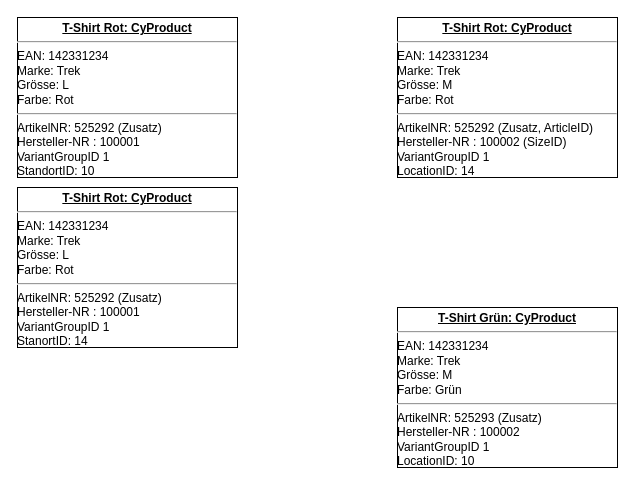
Lehp/diagrams keeps this draw.io diagram as zubi/Untitled Diagram.drawio. Above is the earlier version. Source tidied: cells renumbered, new cells numbered last; positions are measured from the earlier drawing's top-left corner, leaving out a move shared by most shapes. Both pictures are drawn from the tidied source at 100%, with x=0, y=0 at pixel (17, 17).
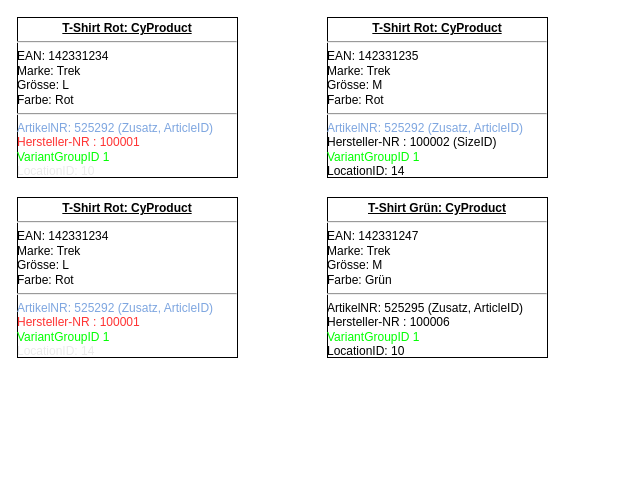
The same page after the edit.

Commit message:
Finished base Cy drawio

Change to the diagram source:
```diff
@@
 <mxGraphModel>
   <root>
     <mxCell id="0" />
     <mxCell id="1" parent="0" />
-    <mxCell id="2" value="&lt;p style=&quot;margin: 0px ; margin-top: 4px ; text-align: center ; text-decoration: underline&quot;&gt;&lt;b&gt;T-Shirt Rot: CyProduct&lt;br&gt;&lt;/b&gt;&lt;/p&gt;&lt;hr&gt;&lt;div&gt;EAN: 142331234&lt;/div&gt;&lt;div&gt;Marke: Trek&lt;/div&gt;&lt;div&gt;Grösse: L&lt;/div&gt;&lt;div&gt;Farbe: Rot&lt;/div&gt;&lt;div&gt;&lt;hr&gt;ArtikelNR: 525292 (Zusatz)&lt;br&gt;&lt;/div&gt;&lt;div&gt;Hersteller-NR : 100001&lt;/div&gt;&lt;div&gt;VariantGroupID 1&lt;/div&gt;&lt;div&gt;StandortID: 10&lt;br&gt;&lt;/div&gt;&lt;div&gt;&lt;br&gt;&lt;/div&gt;&lt;div&gt;&lt;br&gt;&lt;/div&gt;&lt;div&gt;&lt;br&gt;&lt;/div&gt;" style="verticalAlign=top;align=left;overflow=fill;fontSize=12;fontFamily=Helvetica;html=1;rounded=0;shadow=0;comic=0;labelBackgroundColor=none;strokeWidth=1;" parent="1" vertex="1">
+    <mxCell id="2" value="&lt;p style=&quot;margin: 0px ; margin-top: 4px ; text-align: center ; text-decoration: underline&quot;&gt;&lt;b&gt;T-Shirt Rot: CyProduct&lt;br&gt;&lt;/b&gt;&lt;/p&gt;&lt;hr&gt;&lt;div&gt;EAN: 142331234&lt;/div&gt;&lt;div&gt;Marke: Trek&lt;/div&gt;&lt;div&gt;Grösse: L&lt;/div&gt;&lt;div&gt;Farbe: Rot&lt;/div&gt;&lt;div&gt;&lt;hr&gt;&lt;font color=&quot;#7ea6e0&quot;&gt;ArtikelNR: 525292 (Zusatz, ArticleID)&lt;/font&gt;&lt;/div&gt;&lt;div&gt;&lt;font color=&quot;#ff3333&quot;&gt;Hersteller-NR : 100001&lt;/font&gt;&lt;/div&gt;&lt;div&gt;&lt;font color=&quot;#00ff00&quot;&gt;VariantGroupID 1&lt;/font&gt;&lt;/div&gt;&lt;div&gt;&lt;font color=&quot;#ebebeb&quot;&gt;LocationID: 10&lt;br&gt;&lt;/font&gt;&lt;/div&gt;&lt;div&gt;&lt;br&gt;&lt;/div&gt;&lt;div&gt;&lt;br&gt;&lt;/div&gt;&lt;div&gt;&lt;br&gt;&lt;/div&gt;" style="verticalAlign=top;align=left;overflow=fill;fontSize=12;fontFamily=Helvetica;html=1;rounded=0;shadow=0;comic=0;labelBackgroundColor=none;strokeWidth=1;" parent="1" vertex="1">
       <mxGeometry width="220" height="160" as="geometry" />
     </mxCell>
-    <mxCell id="3" value="&lt;p style=&quot;margin: 0px ; margin-top: 4px ; text-align: center ; text-decoration: underline&quot;&gt;&lt;b&gt;T-Shirt Rot: CyProduct&lt;br&gt;&lt;/b&gt;&lt;/p&gt;&lt;hr&gt;&lt;div&gt;EAN: 142331234&lt;/div&gt;&lt;div&gt;Marke: Trek&lt;/div&gt;&lt;div&gt;Grösse: M&lt;br&gt;&lt;/div&gt;&lt;div&gt;Farbe: Rot&lt;/div&gt;&lt;div&gt;&lt;hr&gt;ArtikelNR: 525292 (Zusatz, ArticleID)&lt;br&gt;&lt;/div&gt;&lt;div&gt;Hersteller-NR : 100002 (SizeID)&lt;br&gt;&lt;/div&gt;&lt;div&gt;VariantGroupID 1&lt;/div&gt;&lt;div&gt;LocationID: 14&lt;br&gt;&lt;/div&gt;&lt;div&gt;&lt;br&gt;&lt;/div&gt;&lt;div&gt;&lt;br&gt;&lt;/div&gt;&lt;div&gt;&lt;br&gt;&lt;/div&gt;" style="verticalAlign=top;align=left;overflow=fill;fontSize=12;fontFamily=Helvetica;html=1;rounded=0;shadow=0;comic=0;labelBackgroundColor=none;strokeWidth=1;" parent="1" vertex="1">
-      <mxGeometry x="380" width="220" height="160" as="geometry" />
+    <mxCell id="3" value="&lt;p style=&quot;margin: 0px ; margin-top: 4px ; text-align: center ; text-decoration: underline&quot;&gt;&lt;b&gt;T-Shirt Rot: CyProduct&lt;br&gt;&lt;/b&gt;&lt;/p&gt;&lt;hr&gt;&lt;div&gt;EAN: 142331235&lt;/div&gt;&lt;div&gt;Marke: Trek&lt;/div&gt;&lt;div&gt;Grösse: M&lt;br&gt;&lt;/div&gt;&lt;div&gt;Farbe: Rot&lt;/div&gt;&lt;div&gt;&lt;hr&gt;&lt;font color=&quot;#7ea6e0&quot;&gt;ArtikelNR: 525292 (Zusatz, ArticleID)&lt;/font&gt;&lt;br&gt;&lt;/div&gt;&lt;div&gt;Hersteller-NR : 100002 (SizeID)&lt;br&gt;&lt;/div&gt;&lt;div&gt;&lt;font color=&quot;#00ff00&quot;&gt;VariantGroupID 1&lt;/font&gt;&lt;/div&gt;&lt;div&gt;LocationID: 14&lt;br&gt;&lt;/div&gt;&lt;div&gt;&lt;br&gt;&lt;/div&gt;&lt;div&gt;&lt;br&gt;&lt;/div&gt;&lt;div&gt;&lt;br&gt;&lt;/div&gt;" style="verticalAlign=top;align=left;overflow=fill;fontSize=12;fontFamily=Helvetica;html=1;rounded=0;shadow=0;comic=0;labelBackgroundColor=none;strokeWidth=1;" parent="1" vertex="1">
+      <mxGeometry x="310" width="220" height="160" as="geometry" />
     </mxCell>
-    <mxCell id="4" value="&lt;p style=&quot;margin: 0px ; margin-top: 4px ; text-align: center ; text-decoration: underline&quot;&gt;&lt;b&gt;T-Shirt Grün: CyProduct&lt;br&gt;&lt;/b&gt;&lt;/p&gt;&lt;hr&gt;&lt;div&gt;EAN: 142331234&lt;/div&gt;&lt;div&gt;Marke: Trek&lt;/div&gt;&lt;div&gt;Grösse: M&lt;br&gt;&lt;/div&gt;&lt;div&gt;Farbe: Grün&lt;/div&gt;&lt;div&gt;&lt;hr&gt;ArtikelNR: 525293 (Zusatz)&lt;br&gt;&lt;/div&gt;&lt;div&gt;Hersteller-NR : 100002&lt;/div&gt;&lt;div&gt;VariantGroupID 1&lt;/div&gt;&lt;div&gt;LocationID: 10&lt;br&gt;&lt;/div&gt;&lt;div&gt;&lt;br&gt;&lt;/div&gt;&lt;div&gt;&lt;br&gt;&lt;/div&gt;&lt;div&gt;&lt;br&gt;&lt;/div&gt;" style="verticalAlign=top;align=left;overflow=fill;fontSize=12;fontFamily=Helvetica;html=1;rounded=0;shadow=0;comic=0;labelBackgroundColor=none;strokeWidth=1;" parent="1" vertex="1">
-      <mxGeometry x="380" y="290" width="220" height="160" as="geometry" />
+    <mxCell id="4" value="&lt;p style=&quot;margin: 0px ; margin-top: 4px ; text-align: center ; text-decoration: underline&quot;&gt;&lt;b&gt;T-Shirt Grün: CyProduct&lt;br&gt;&lt;/b&gt;&lt;/p&gt;&lt;hr&gt;&lt;div&gt;EAN: 142331247&lt;/div&gt;&lt;div&gt;Marke: Trek&lt;/div&gt;&lt;div&gt;Grösse: M&lt;br&gt;&lt;/div&gt;&lt;div&gt;Farbe: Grün&lt;/div&gt;&lt;div&gt;&lt;hr&gt;ArtikelNR: 525295 (Zusatz, ArticleID)&lt;br&gt;&lt;/div&gt;&lt;div&gt;Hersteller-NR : 100006&lt;/div&gt;&lt;div&gt;&lt;font color=&quot;#00ff00&quot;&gt;VariantGroupID 1&lt;/font&gt;&lt;/div&gt;&lt;div&gt;LocationID: 10&lt;br&gt;&lt;/div&gt;&lt;div&gt;&lt;br&gt;&lt;/div&gt;&lt;div&gt;&lt;br&gt;&lt;/div&gt;&lt;div&gt;&lt;br&gt;&lt;/div&gt;" style="verticalAlign=top;align=left;overflow=fill;fontSize=12;fontFamily=Helvetica;html=1;rounded=0;shadow=0;comic=0;labelBackgroundColor=none;strokeWidth=1;" parent="1" vertex="1">
+      <mxGeometry x="310" y="180" width="220" height="160" as="geometry" />
     </mxCell>
-    <mxCell id="5" value="&lt;p style=&quot;margin: 0px ; margin-top: 4px ; text-align: center ; text-decoration: underline&quot;&gt;&lt;b&gt;T-Shirt Rot: CyProduct&lt;br&gt;&lt;/b&gt;&lt;/p&gt;&lt;hr&gt;&lt;div&gt;EAN: 142331234&lt;/div&gt;&lt;div&gt;Marke: Trek&lt;/div&gt;&lt;div&gt;Grösse: L&lt;/div&gt;&lt;div&gt;Farbe: Rot&lt;/div&gt;&lt;div&gt;&lt;hr&gt;ArtikelNR: 525292 (Zusatz)&lt;br&gt;&lt;/div&gt;&lt;div&gt;Hersteller-NR : 100001&lt;/div&gt;&lt;div&gt;VariantGroupID 1&lt;/div&gt;&lt;div&gt;StanortID: 14&lt;br&gt;&lt;/div&gt;&lt;div&gt;&lt;br&gt;&lt;/div&gt;&lt;div&gt;&lt;br&gt;&lt;/div&gt;&lt;div&gt;&lt;br&gt;&lt;/div&gt;" style="verticalAlign=top;align=left;overflow=fill;fontSize=12;fontFamily=Helvetica;html=1;rounded=0;shadow=0;comic=0;labelBackgroundColor=none;strokeWidth=1;" parent="1" vertex="1">
-      <mxGeometry y="170" width="220" height="160" as="geometry" />
+    <mxCell id="5" value="&lt;p style=&quot;margin: 0px ; margin-top: 4px ; text-align: center ; text-decoration: underline&quot;&gt;&lt;b&gt;T-Shirt Rot: CyProduct&lt;br&gt;&lt;/b&gt;&lt;/p&gt;&lt;hr&gt;&lt;div&gt;EAN: 142331234&lt;/div&gt;&lt;div&gt;Marke: Trek&lt;/div&gt;&lt;div&gt;Grösse: L&lt;/div&gt;&lt;div&gt;Farbe: Rot&lt;/div&gt;&lt;div&gt;&lt;hr&gt;&lt;font color=&quot;#7ea6e0&quot;&gt;ArtikelNR: 525292 (Zusatz, ArticleID)&lt;/font&gt;&lt;/div&gt;&lt;div&gt;&lt;font color=&quot;#ff3333&quot;&gt;Hersteller-NR : 100001&lt;/font&gt;&lt;/div&gt;&lt;div&gt;&lt;font color=&quot;#00ff00&quot;&gt;VariantGroupID 1&lt;/font&gt;&lt;/div&gt;&lt;div&gt;&lt;font color=&quot;#ebebeb&quot;&gt;LocationID: 14&lt;/font&gt;&lt;br&gt;&lt;/div&gt;&lt;div&gt;&lt;br&gt;&lt;/div&gt;&lt;div&gt;&lt;br&gt;&lt;/div&gt;&lt;div&gt;&lt;br&gt;&lt;/div&gt;" style="verticalAlign=top;align=left;overflow=fill;fontSize=12;fontFamily=Helvetica;html=1;rounded=0;shadow=0;comic=0;labelBackgroundColor=none;strokeWidth=1;" parent="1" vertex="1">
+      <mxGeometry y="180" width="220" height="160" as="geometry" />
     </mxCell>
   </root>
 </mxGraphModel>
```
